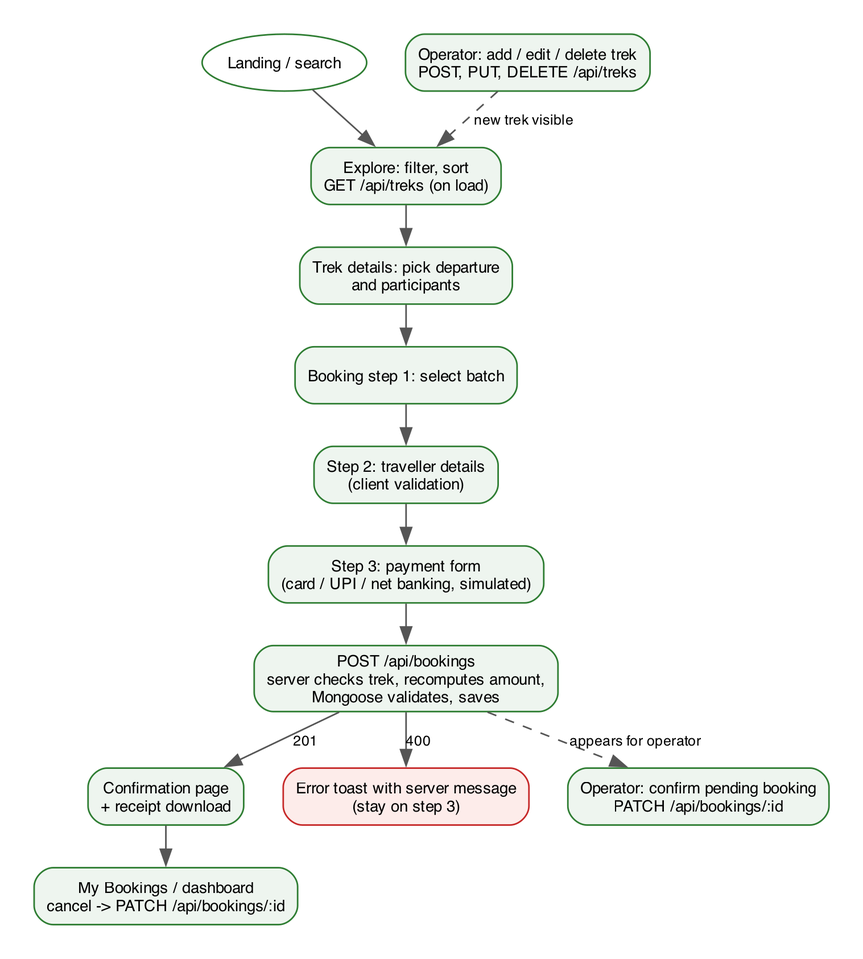
Before: docs/diagrams/workflow.png, a diagram exported from Graphviz (parth-sharma-10/trekbazaar). Its source is kept beside it as docs/diagrams/workflow.dot. Source of this version:
```dot
digraph G {
  rankdir=TB; bgcolor=white; pad=0.3; nodesep=0.35; ranksep=0.35;
  node [shape=box, style="rounded,filled", fontname="Helvetica", fontsize=10, fillcolor="#eef5ef", color="#2e7d32"];
  edge [fontname="Helvetica", fontsize=9, color="#555555"];
  start [label="Landing / search", shape=oval, fillcolor="#ffffff"];
  explore [label="Explore: filter, sort\nGET /api/treks (on load)"];
  details [label="Trek details: pick departure\nand participants"];
  step1 [label="Booking step 1: select batch"];
  step2 [label="Step 2: traveller details\n(client validation)"];
  step3 [label="Step 3: payment form\n(card / UPI / net banking, simulated)"];
  post [label="POST /api/bookings\nserver checks trek, recomputes amount,\nMongoose validates, saves"];
  ok [label="Confirmation page\n+ receipt download"];
  err [label="Error toast with server message\n(stay on step 3)", fillcolor="#fdecea", color="#c62828"];
  mine [label="My Bookings / dashboard\ncancel -> PATCH /api/bookings/:id"];
  op [label="Operator: add / edit / delete trek\nPOST, PUT, DELETE /api/treks"];
  opb [label="Operator: confirm pending booking\nPATCH /api/bookings/:id"];
  start -> explore -> details -> step1 -> step2 -> step3 -> post;
  post -> ok [label="201"]; post -> err [label="400"];
  ok -> mine;
  op -> explore [style=dashed, label="new trek visible"];
  post -> opb [style=dashed, label="appears for operator"];
}
```
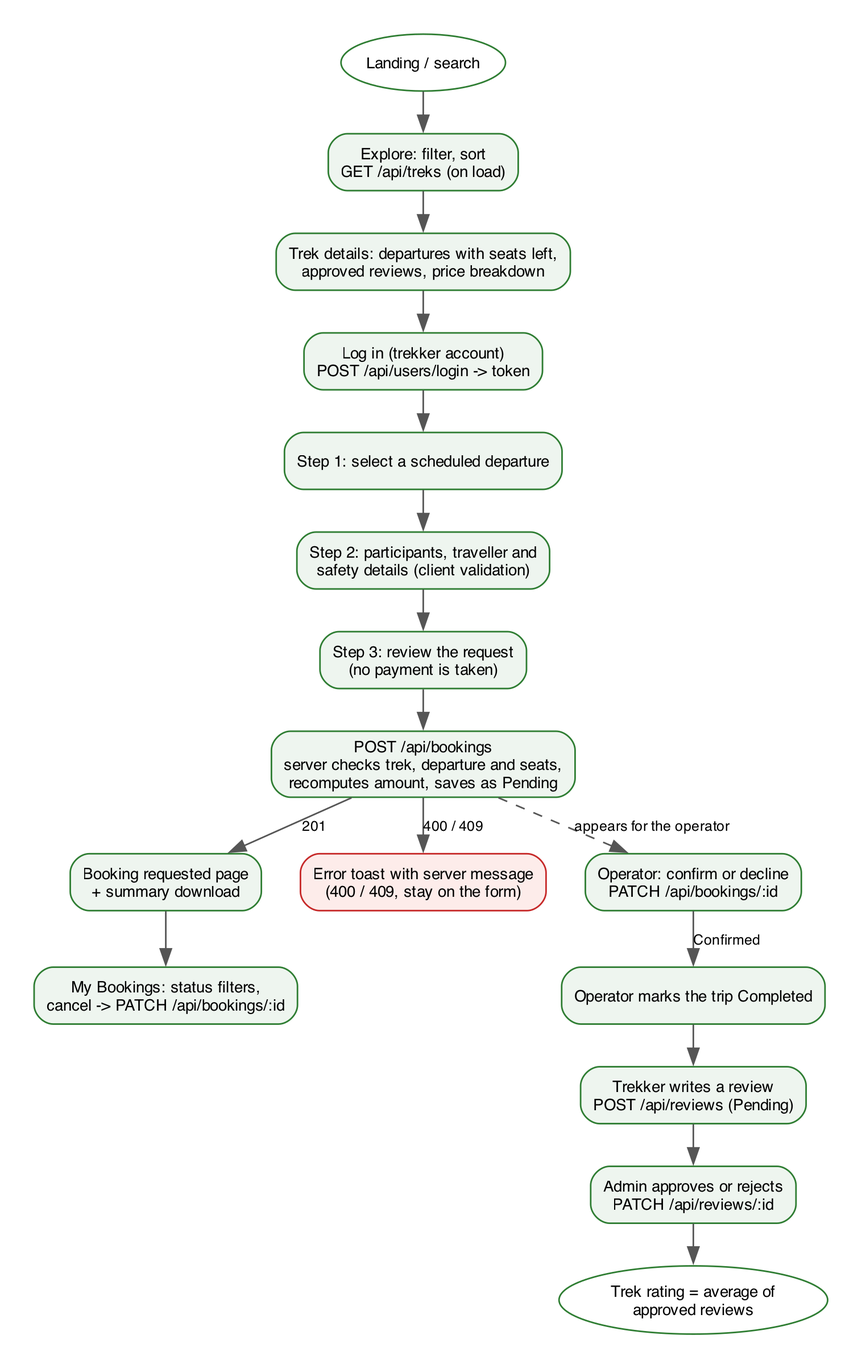
The same file after the commit.

Commit message:
Redraw the architecture, workflow and schema diagrams

The edit, as a diff of the source:
```diff
@@ -4,19 +4,24 @@
   edge [fontname="Helvetica", fontsize=9, color="#555555"];
   start [label="Landing / search", shape=oval, fillcolor="#ffffff"];
   explore [label="Explore: filter, sort\nGET /api/treks (on load)"];
-  details [label="Trek details: pick departure\nand participants"];
-  step1 [label="Booking step 1: select batch"];
-  step2 [label="Step 2: traveller details\n(client validation)"];
-  step3 [label="Step 3: payment form\n(card / UPI / net banking, simulated)"];
-  post [label="POST /api/bookings\nserver checks trek, recomputes amount,\nMongoose validates, saves"];
-  ok [label="Confirmation page\n+ receipt download"];
-  err [label="Error toast with server message\n(stay on step 3)", fillcolor="#fdecea", color="#c62828"];
-  mine [label="My Bookings / dashboard\ncancel -> PATCH /api/bookings/:id"];
-  op [label="Operator: add / edit / delete trek\nPOST, PUT, DELETE /api/treks"];
-  opb [label="Operator: confirm pending booking\nPATCH /api/bookings/:id"];
-  start -> explore -> details -> step1 -> step2 -> step3 -> post;
-  post -> ok [label="201"]; post -> err [label="400"];
+  details [label="Trek details: departures with seats left,\napproved reviews, price breakdown"];
+  login [label="Log in (trekker account)\nPOST /api/users/login -> token"];
+  step1 [label="Step 1: select a scheduled departure"];
+  step2 [label="Step 2: participants, traveller and\nsafety details (client validation)"];
+  step3 [label="Step 3: review the request\n(no payment is taken)"];
+  post [label="POST /api/bookings\nserver checks trek, departure and seats,\nrecomputes amount, saves as Pending"];
+  ok [label="Booking requested page\n+ summary download"];
+  err [label="Error toast with server message\n(400 / 409, stay on the form)", fillcolor="#fdecea", color="#c62828"];
+  opb [label="Operator: confirm or decline\nPATCH /api/bookings/:id"];
+  done [label="Operator marks the trip Completed"];
+  mine [label="My Bookings: status filters,\ncancel -> PATCH /api/bookings/:id"];
+  review [label="Trekker writes a review\nPOST /api/reviews (Pending)"];
+  admin [label="Admin approves or rejects\nPATCH /api/reviews/:id"];
+  rating [label="Trek rating = average of\napproved reviews", shape=oval, fillcolor="#ffffff"];
+  start -> explore -> details -> login -> step1 -> step2 -> step3 -> post;
+  post -> ok [label="201"]; post -> err [label="400 / 409"];
   ok -> mine;
-  op -> explore [style=dashed, label="new trek visible"];
-  post -> opb [style=dashed, label="appears for operator"];
+  post -> opb [style=dashed, label="appears for the operator"];
+  opb -> done [label="Confirmed"];
+  done -> review -> admin -> rating;
 }
```
